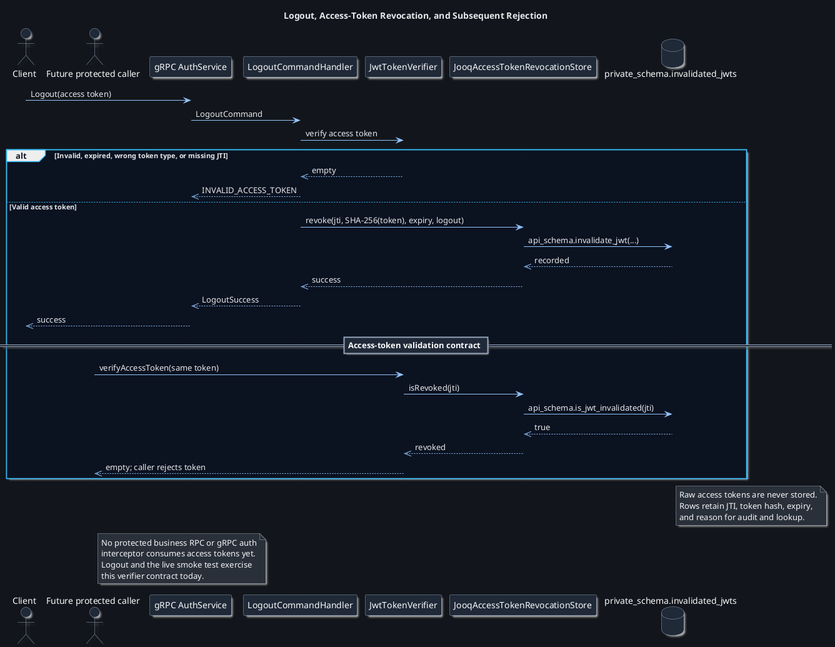
This is design/authentication/LogoutRevocation.png from OODesigns/central-auth-service, a PlantUML export, as it was before one commit. The source it was exported from:
```plantuml
@startuml LogoutRevocation
!include ../themes/dark-theme.puml
title Logout, Access-Token Revocation, and Subsequent Rejection

actor Client
actor "Future protected caller" as Consumer
participant "gRPC AuthService" as Grpc
participant "LogoutCommandHandler" as Handler
participant "JwtTokenVerifier" as Verifier
participant "JooqAccessTokenRevocationStore" as Store
database "private_schema.invalidated_jwts" as Db

Client -> Grpc: Logout(access token)
Grpc -> Handler: LogoutCommand
Handler -> Verifier: verify access token
alt Invalid, expired, wrong token type, or missing JTI
  Verifier -->> Handler: empty
  Handler -->> Grpc: INVALID_ACCESS_TOKEN
else Valid access token
  Handler -> Store: revoke(jti, SHA-256(token), expiry, logout)
  Store -> Db: api_schema.invalidate_jwt(...)
  Db -->> Store: recorded
  Store -->> Handler: success
  Handler -->> Grpc: LogoutSuccess
  Grpc -->> Client: success
  == Access-token validation contract ==
  Consumer -> Verifier: verifyAccessToken(same token)
  Verifier -> Store: isRevoked(jti)
  Store -> Db: api_schema.is_jwt_invalidated(jti)
  Db -->> Store: true
  Store -->> Verifier: revoked
  Verifier -->> Consumer: empty; caller rejects token
end

note right of Db
  Raw access tokens are never stored.
  Rows retain JTI, token hash, expiry,
  and reason for audit and lookup.
end note

note right of Consumer
  No protected business RPC or gRPC auth
  interceptor consumes access tokens yet.
  Logout and the live smoke test exercise
  this verifier contract today.
end note
@enduml
```
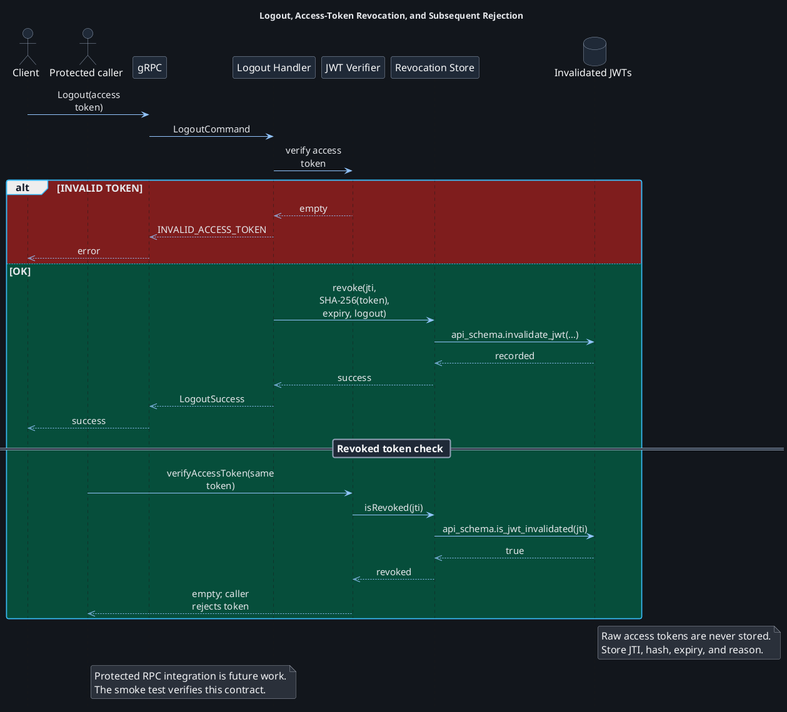
Above is the later version.

The edit, as a diff of the source:
```diff
@@ -1,29 +1,31 @@
 @startuml LogoutRevocation
 !include ../themes/dark-theme.puml
 title Logout, Access-Token Revocation, and Subsequent Rejection
+hide footbox
 
 actor Client
-actor "Future protected caller" as Consumer
-participant "gRPC AuthService" as Grpc
-participant "LogoutCommandHandler" as Handler
-participant "JwtTokenVerifier" as Verifier
-participant "JooqAccessTokenRevocationStore" as Store
-database "private_schema.invalidated_jwts" as Db
+actor "Protected caller" as Consumer
+participant "gRPC" as Grpc
+participant "Logout Handler" as Handler
+participant "JWT Verifier" as Verifier
+participant "Revocation Store" as Store
+database "Invalidated JWTs" as Db
 
 Client -> Grpc: Logout(access token)
 Grpc -> Handler: LogoutCommand
 Handler -> Verifier: verify access token
-alt Invalid, expired, wrong token type, or missing JTI
+alt #7f1d1d INVALID TOKEN
   Verifier -->> Handler: empty
   Handler -->> Grpc: INVALID_ACCESS_TOKEN
-else Valid access token
+  Grpc -->> Client: error
+else #064e3b OK
   Handler -> Store: revoke(jti, SHA-256(token), expiry, logout)
   Store -> Db: api_schema.invalidate_jwt(...)
   Db -->> Store: recorded
   Store -->> Handler: success
   Handler -->> Grpc: LogoutSuccess
   Grpc -->> Client: success
-  == Access-token validation contract ==
+  == Revoked token check ==
   Consumer -> Verifier: verifyAccessToken(same token)
   Verifier -> Store: isRevoked(jti)
   Store -> Db: api_schema.is_jwt_invalidated(jti)
@@ -34,14 +36,11 @@
 
 note right of Db
   Raw access tokens are never stored.
-  Rows retain JTI, token hash, expiry,
-  and reason for audit and lookup.
+  Store JTI, hash, expiry, and reason.
 end note
 
 note right of Consumer
-  No protected business RPC or gRPC auth
-  interceptor consumes access tokens yet.
-  Logout and the live smoke test exercise
-  this verifier contract today.
+  Protected RPC integration is future work.
+  The smoke test verifies this contract.
 end note
 @enduml
```
